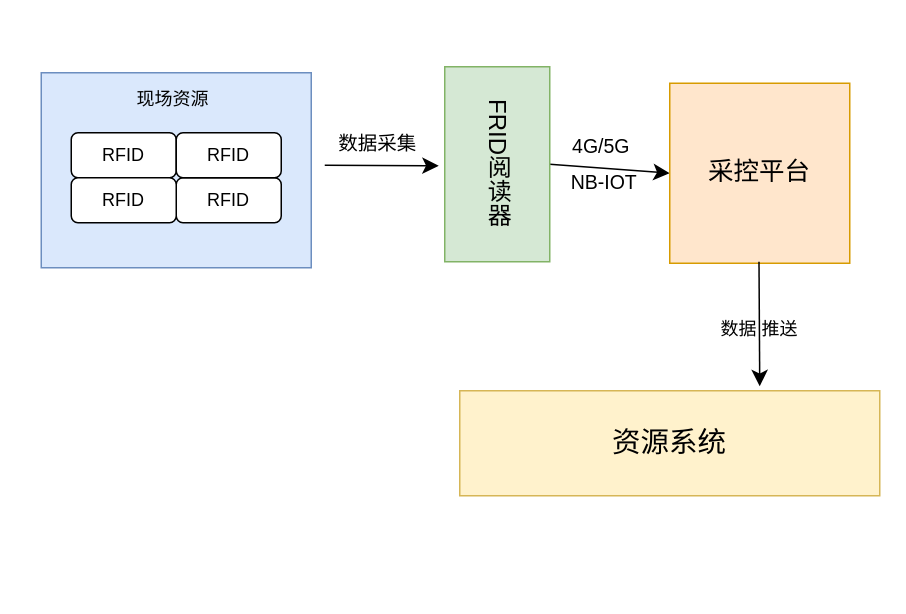
This is 哑资源系统架构图（资源）.drawio from lvpv/atlas, a draw.io file, before an edit. Source tidied: cells renumbered, new cells numbered last; positions are measured from the earlier drawing's top-left corner, leaving out a move shared by most shapes. Both pictures are drawn from the tidied source at 150%, with x=0, y=0 at pixel (40, 66).
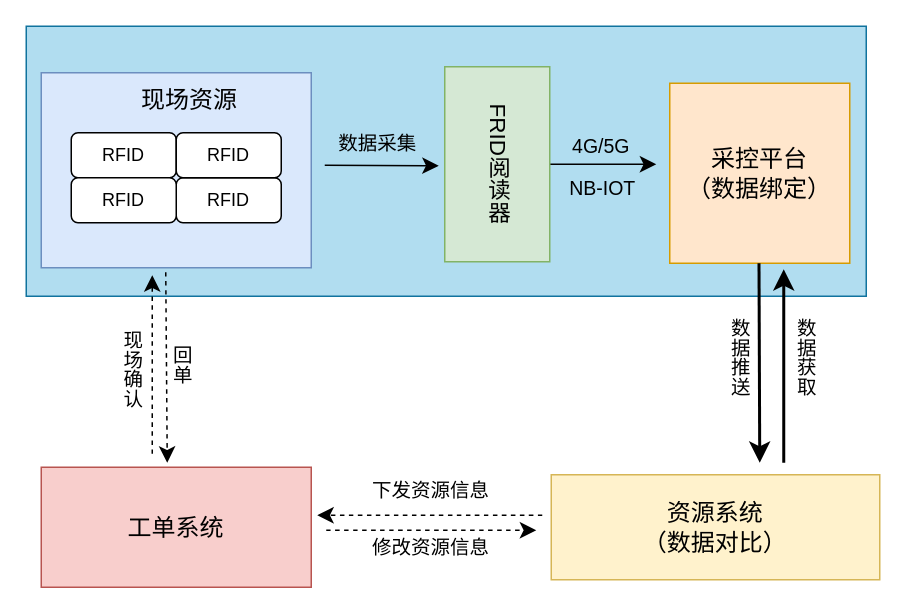
After the change.

Commit message (it also covers changes not shown here):
更新哑资源系统架构图（资源）.drawio

Diff of the diagram source:
```diff
@@
+    <mxCell id="18" style="rounded=0;whiteSpace=wrap;html=1;fillColor=#b1ddf0;strokeColor=#10739e;" parent="1" vertex="1">
+      <mxGeometry x="-10" y="-27" width="560" height="180" as="geometry" />
+    </mxCell>
@@
-    <mxCell id="7" value="现场资源" style="text;html=1;align=center;verticalAlign=middle;whiteSpace=wrap;rounded=0;" parent="1" vertex="1">
-      <mxGeometry x="58" y="7" width="60" height="30" as="geometry" />
+    <mxCell id="7" value="现场资源" style="text;html=1;align=center;verticalAlign=middle;whiteSpace=wrap;rounded=0;fontSize=16;" parent="1" vertex="1">
+      <mxGeometry x="58" y="7" width="82" height="30" as="geometry" />
     </mxCell>
-    <mxCell id="8" style="edgeStyle=none;curved=1;rounded=0;jettySize=auto;html=1;exitX=1;exitY=0.5;exitDx=0;exitDy=0;entryX=0;entryY=0.5;entryDx=0;entryDy=0;fontSize=12;startSize=8;endSize=8;" parent="1" edge="1" source="9" target="11">
-      <mxGeometry relative="1" as="geometry" />
+    <mxCell id="8" style="edgeStyle=none;curved=1;rounded=0;jettySize=auto;html=1;exitX=1;exitY=0.5;exitDx=0;exitDy=0;fontSize=12;startSize=8;endSize=8;" parent="1" edge="1" source="9">
+      <mxGeometry relative="1" as="geometry">
+        <mxPoint x="410" y="65" as="targetPoint" />
+      </mxGeometry>
     </mxCell>
-    <mxCell id="9" value="FRID阅读器" style="rounded=0;whiteSpace=wrap;html=1;fillColor=#d5e8d4;strokeColor=#82b366;textDirection=vertical-lr;fontSize=16;" parent="1" vertex="1">
+    <mxCell id="9" value="FRID阅读器" style="rounded=0;whiteSpace=wrap;html=1;fillColor=#d5e8d4;strokeColor=#82b366;textDirection=vertical-lr;fontSize=15;" parent="1" vertex="1">
       <mxGeometry x="269" width="70" height="130" as="geometry" />
     </mxCell>
@@
-    <mxCell id="11" value="采控平台" style="rounded=0;whiteSpace=wrap;html=1;fillColor=#ffe6cc;strokeColor=#d79b00;fontSize=17;" parent="1" vertex="1">
+    <mxCell id="11" value="采控平台&lt;div&gt;（数据绑定）&lt;/div&gt;" style="rounded=0;whiteSpace=wrap;html=1;fillColor=#ffe6cc;strokeColor=#d79b00;fontSize=16;" parent="1" vertex="1">
       <mxGeometry x="419" y="11" width="120" height="120" as="geometry" />
     </mxCell>
-    <mxCell id="12" value="资源系统" style="rounded=0;whiteSpace=wrap;html=1;fillColor=#fff2cc;strokeColor=#d6b656;fontSize=19;" parent="1" vertex="1">
-      <mxGeometry x="279" y="216" width="280" height="70" as="geometry" />
+    <mxCell id="12" value="资源系统&lt;div&gt;（数据对比）&lt;/div&gt;" style="rounded=0;whiteSpace=wrap;html=1;fillColor=#fff2cc;strokeColor=#d6b656;fontSize=16;" parent="1" vertex="1">
+      <mxGeometry x="340" y="272" width="219" height="70" as="geometry" />
     </mxCell>
-    <mxCell id="13" style="endArrow=classic;html=1;rounded=0;fontSize=12;startSize=8;endSize=8;curved=1;" parent="1" edge="1">
+    <mxCell id="13" style="endArrow=classic;html=1;rounded=0;fontSize=12;startSize=8;endSize=8;curved=1;strokeWidth=2;" parent="1" edge="1">
       <mxGeometry relative="1" as="geometry">
-        <mxPoint x="478.5" y="130" as="sourcePoint" />
-        <mxPoint x="479" y="213" as="targetPoint" />
+        <mxPoint x="478.5" y="131" as="sourcePoint" />
+        <mxPoint x="479" y="264" as="targetPoint" />
       </mxGeometry>
     </mxCell>
-    <mxCell id="14" value="数据 推送" style="text;html=1;align=center;verticalAlign=middle;whiteSpace=wrap;rounded=0;" parent="1" vertex="1">
-      <mxGeometry x="449" y="160" width="60" height="30" as="geometry" />
-    </mxCell>
@@
     <mxCell id="17" value="NB-IOT" style="text;html=1;align=center;verticalAlign=middle;strokeColor=none;fillColor=none;fontSize=13;" parent="1" vertex="1">
-      <mxGeometry x="340" y="62" width="70" height="30" as="geometry" />
+      <mxGeometry x="339" y="66" width="70" height="30" as="geometry" />
     </mxCell>
+    <mxCell id="19" value="工单系统" style="rounded=0;whiteSpace=wrap;html=1;fillColor=#f8cecc;strokeColor=#b85450;fontSize=16;" parent="1" vertex="1">
+      <mxGeometry y="267" width="180" height="80" as="geometry" />
+    </mxCell>
+    <mxCell id="20" style="endArrow=classic;html=1;rounded=0;fontSize=12;startSize=8;endSize=8;curved=1;dashed=1;" parent="1" edge="1">
+      <mxGeometry relative="1" as="geometry">
+        <mxPoint x="334" y="299" as="sourcePoint" />
+        <mxPoint x="184" y="299" as="targetPoint" />
+      </mxGeometry>
+    </mxCell>
+    <mxCell id="21" style="endArrow=classic;html=1;rounded=0;fontSize=12;startSize=8;endSize=8;curved=1;dashed=1;" parent="1" edge="1">
+      <mxGeometry relative="1" as="geometry">
+        <mxPoint x="74" y="258" as="sourcePoint" />
+        <mxPoint x="74" y="139" as="targetPoint" />
+      </mxGeometry>
+    </mxCell>
+    <mxCell id="22" value="数据推送" style="text;html=1;align=center;verticalAlign=middle;whiteSpace=wrap;rounded=0;textDirection=vertical-lr;fontSize=13;" parent="1" vertex="1">
+      <mxGeometry x="435" y="154" width="60" height="80" as="geometry" />
+    </mxCell>
+    <mxCell id="23" style="endArrow=classic;html=1;rounded=0;fontSize=12;startSize=8;endSize=8;curved=1;strokeWidth=2;" parent="1" edge="1">
+      <mxGeometry relative="1" as="geometry">
+        <mxPoint x="495" y="264" as="sourcePoint" />
+        <mxPoint x="495" y="135" as="targetPoint" />
+      </mxGeometry>
+    </mxCell>
+    <mxCell id="24" value="数据获取" style="text;html=1;align=center;verticalAlign=middle;whiteSpace=wrap;rounded=0;textDirection=vertical-lr;fontSize=13;" parent="1" vertex="1">
+      <mxGeometry x="479" y="154" width="60" height="80" as="geometry" />
+    </mxCell>
+    <mxCell id="25" style="endArrow=classic;html=1;rounded=0;fontSize=12;startSize=8;endSize=8;curved=1;dashed=1;" parent="1" edge="1">
+      <mxGeometry relative="1" as="geometry">
+        <mxPoint x="190" y="309" as="sourcePoint" />
+        <mxPoint x="330" y="309" as="targetPoint" />
+      </mxGeometry>
+    </mxCell>
+    <mxCell id="26" value="修改资源信息" style="text;html=1;align=center;verticalAlign=middle;whiteSpace=wrap;rounded=0;fontSize=13;" parent="1" vertex="1">
+      <mxGeometry x="200" y="305" width="120" height="30" as="geometry" />
+    </mxCell>
+    <mxCell id="27" value="现场确认" style="text;html=1;align=center;verticalAlign=middle;whiteSpace=wrap;rounded=0;textDirection=vertical-lr;fontSize=13;" parent="1" vertex="1">
+      <mxGeometry x="30" y="167" width="60" height="70" as="geometry" />
+    </mxCell>
+    <mxCell id="28" value="下发资源信息" style="text;html=1;align=center;verticalAlign=middle;whiteSpace=wrap;rounded=0;fontSize=13;" parent="1" vertex="1">
+      <mxGeometry x="200" y="267" width="120" height="30" as="geometry" />
+    </mxCell>
+    <mxCell id="29" style="endArrow=classic;html=1;rounded=0;fontSize=12;startSize=8;endSize=8;curved=1;dashed=1;" parent="1" edge="1">
+      <mxGeometry relative="1" as="geometry">
+        <mxPoint x="83" y="137" as="sourcePoint" />
+        <mxPoint x="84" y="264" as="targetPoint" />
+      </mxGeometry>
+    </mxCell>
+    <mxCell id="30" value="回单" style="text;html=1;align=center;verticalAlign=middle;whiteSpace=wrap;rounded=0;textDirection=vertical-lr;fontSize=13;" parent="1" vertex="1">
+      <mxGeometry x="63" y="164" width="60" height="70" as="geometry" />
+    </mxCell>
```
